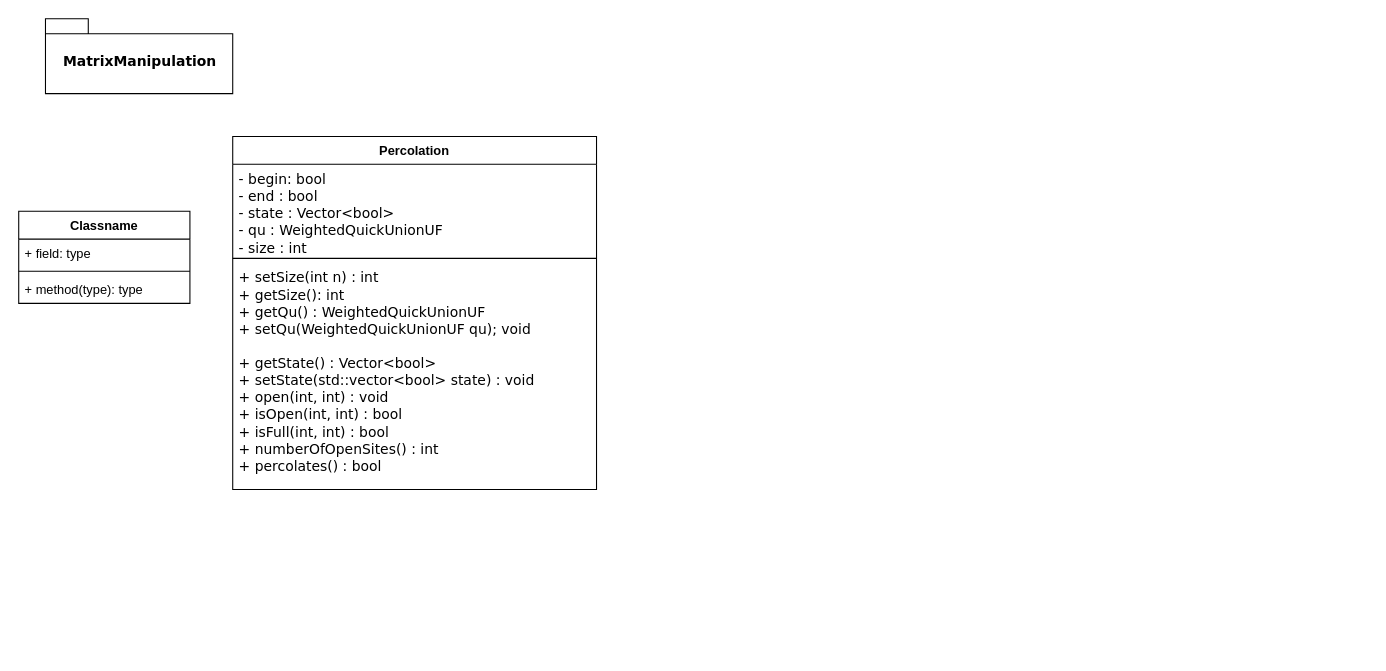
PinzonHarker/ProyectoIntermedioHC-2022-1 keeps this draw.io diagram as Untitled Diagram.drawio. Above is the earlier version. Source tidied: cells renumbered, new cells numbered last; positions are measured from the earlier drawing's top-left corner, leaving out a move shared by most shapes. Both pictures are drawn from the tidied source at 107%, with x=0, y=0 at pixel (18, 18).
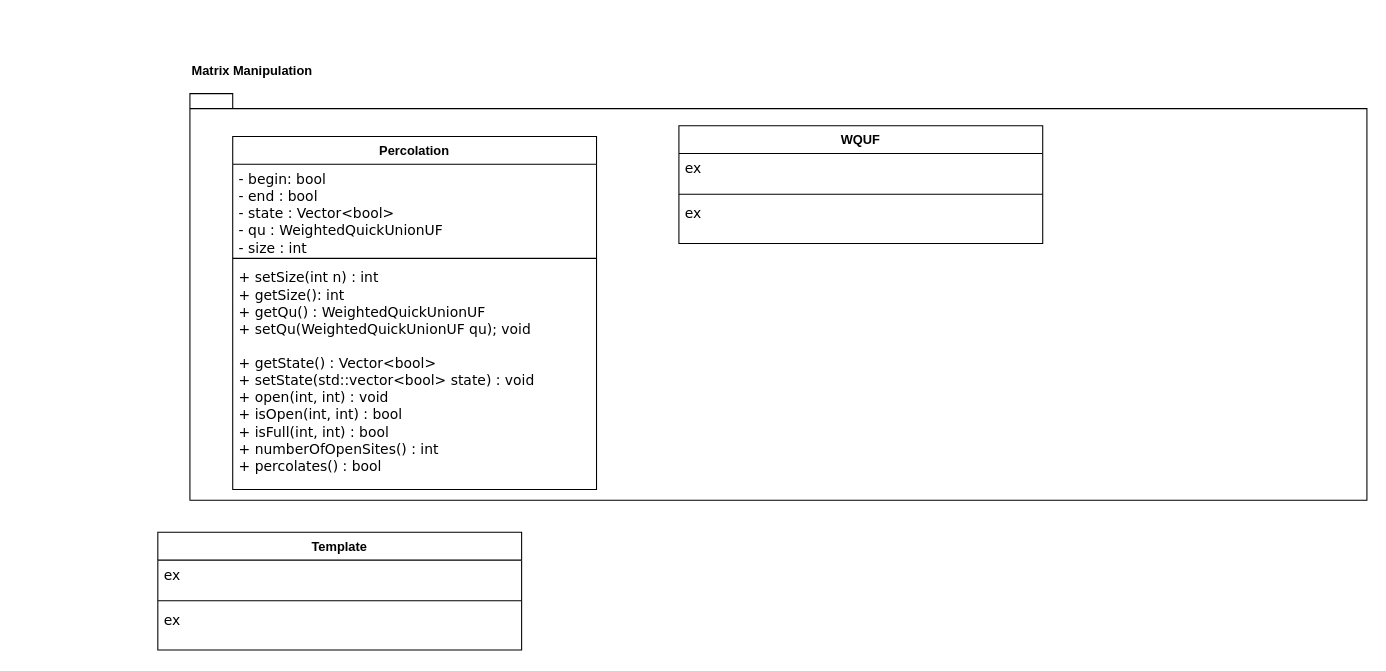
The same diagram, later.

The edit, as a diff of the source:
```diff
@@
 <mxGraphModel>
   <root>
     <mxCell id="0" />
     <mxCell id="1" parent="0" />
+    <mxCell id="11" value="&lt;p&gt;Matrix Manipulation&lt;/p&gt;" style="shape=folder;fontStyle=1;spacingTop=10;tabWidth=40;tabHeight=14;tabPosition=left;html=1;labelPosition=center;verticalLabelPosition=top;align=left;verticalAlign=bottom;" parent="1" vertex="1">
+      <mxGeometry x="160" y="70" width="1100" height="380" as="geometry" />
+    </mxCell>
     <mxCell id="2" value="Percolation&#10;" style="swimlane;fontStyle=1;align=center;verticalAlign=top;horizontal=1;startSize=26;" parent="1" vertex="1">
       <mxGeometry x="200" y="110" width="340" height="330" as="geometry" />
     </mxCell>
     <mxCell id="3" value="- begin: bool  &#10;- end : bool &#10;- state : Vector&lt;bool&gt;&#10;- qu : WeightedQuickUnionUF&#10;- size : int " style="text;strokeColor=none;fillColor=none;align=left;verticalAlign=top;spacingLeft=4;spacingRight=4;overflow=hidden;fontFamily=Verdana;fontSize=13;" parent="2" vertex="1">
       <mxGeometry y="26" width="340" height="84" as="geometry" />
     </mxCell>
     <mxCell id="4" style="line;strokeWidth=1;fillColor=none;align=left;verticalAlign=middle;spacingTop=-1;spacingLeft=3;spacingRight=3;labelPosition=right;" parent="2" vertex="1">
       <mxGeometry y="110" width="340" height="8" as="geometry" />
     </mxCell>
     <mxCell id="5" value="+ setSize(int n) : int &#10;+ getSize(): int&#10;+ getQu() : WeightedQuickUnionUF&#10;+ setQu(WeightedQuickUnionUF qu); void &#10;&#10;+ getState() : Vector&lt;bool&gt;&#10;+ setState(std::vector&lt;bool&gt; state) : void &#10;+ open(int, int) : void &#10;+ isOpen(int, int) : bool &#10;+ isFull(int, int) : bool &#10;+ numberOfOpenSites() : int &#10;+ percolates() : bool " style="text;strokeColor=none;fillColor=none;align=left;verticalAlign=top;spacingLeft=4;spacingRight=4;overflow=hidden;fontSize=13;fontFamily=Verdana;" parent="2" vertex="1">
       <mxGeometry y="118" width="340" height="212" as="geometry" />
     </mxCell>
-    <mxCell id="6" value="Classname" style="swimlane;fontStyle=1;align=center;verticalAlign=top;horizontal=1;startSize=26;" parent="1" vertex="1">
-      <mxGeometry y="180" width="160" height="86" as="geometry" />
-    </mxCell>
-    <mxCell id="7" value="+ field: type" style="text;strokeColor=none;fillColor=none;align=left;verticalAlign=top;spacingLeft=4;spacingRight=4;overflow=hidden;" parent="6" vertex="1">
-      <mxGeometry y="26" width="160" height="26" as="geometry" />
-    </mxCell>
-    <mxCell id="8" style="line;strokeWidth=1;fillColor=none;align=left;verticalAlign=middle;spacingTop=-1;spacingLeft=3;spacingRight=3;labelPosition=right;" parent="6" vertex="1">
-      <mxGeometry y="52" width="160" height="8" as="geometry" />
-    </mxCell>
-    <mxCell id="9" value="+ method(type): type" style="text;strokeColor=none;fillColor=none;align=left;verticalAlign=top;spacingLeft=4;spacingRight=4;overflow=hidden;" parent="6" vertex="1">
-      <mxGeometry y="60" width="160" height="26" as="geometry" />
-    </mxCell>
-    <mxCell id="10" value="MatrixManipulation" style="shape=folder;fontStyle=1;spacingTop=10;tabWidth=40;tabHeight=14;tabPosition=left;html=1;fontFamily=Verdana;fontSize=13;" parent="1" vertex="1">
-      <mxGeometry x="25" width="175" height="70" as="geometry" />
-    </mxCell>
+    <mxCell id="12" value="Template" style="swimlane;fontStyle=1;align=center;verticalAlign=top;horizontal=1;startSize=26;" parent="1" vertex="1">
+      <mxGeometry x="130" y="480" width="340" height="110" as="geometry" />
+    </mxCell>
+    <mxCell id="13" value="ex" style="text;strokeColor=none;fillColor=none;align=left;verticalAlign=top;spacingLeft=4;spacingRight=4;overflow=hidden;fontFamily=Verdana;fontSize=13;" parent="12" vertex="1">
+      <mxGeometry y="26" width="340" height="34" as="geometry" />
+    </mxCell>
+    <mxCell id="14" style="line;strokeWidth=1;fillColor=none;align=left;verticalAlign=middle;spacingTop=-1;spacingLeft=3;spacingRight=3;labelPosition=right;" parent="12" vertex="1">
+      <mxGeometry y="60" width="340" height="8" as="geometry" />
+    </mxCell>
+    <mxCell id="15" value="ex" style="text;strokeColor=none;fillColor=none;align=left;verticalAlign=top;spacingLeft=4;spacingRight=4;overflow=hidden;fontSize=13;fontFamily=Verdana;" parent="12" vertex="1">
+      <mxGeometry y="68" width="340" height="42" as="geometry" />
+    </mxCell>
+    <mxCell id="16" value="WQUF" style="swimlane;fontStyle=1;align=center;verticalAlign=top;horizontal=1;startSize=26;" parent="1" vertex="1">
+      <mxGeometry x="617" y="100" width="340" height="110" as="geometry" />
+    </mxCell>
+    <mxCell id="17" value="ex" style="text;strokeColor=none;fillColor=none;align=left;verticalAlign=top;spacingLeft=4;spacingRight=4;overflow=hidden;fontFamily=Verdana;fontSize=13;" parent="16" vertex="1">
+      <mxGeometry y="26" width="340" height="34" as="geometry" />
+    </mxCell>
+    <mxCell id="18" style="line;strokeWidth=1;fillColor=none;align=left;verticalAlign=middle;spacingTop=-1;spacingLeft=3;spacingRight=3;labelPosition=right;" parent="16" vertex="1">
+      <mxGeometry y="60" width="340" height="8" as="geometry" />
+    </mxCell>
+    <mxCell id="19" value="ex" style="text;strokeColor=none;fillColor=none;align=left;verticalAlign=top;spacingLeft=4;spacingRight=4;overflow=hidden;fontSize=13;fontFamily=Verdana;" parent="16" vertex="1">
+      <mxGeometry y="68" width="340" height="42" as="geometry" />
+    </mxCell>
   </root>
 </mxGraphModel>
```
